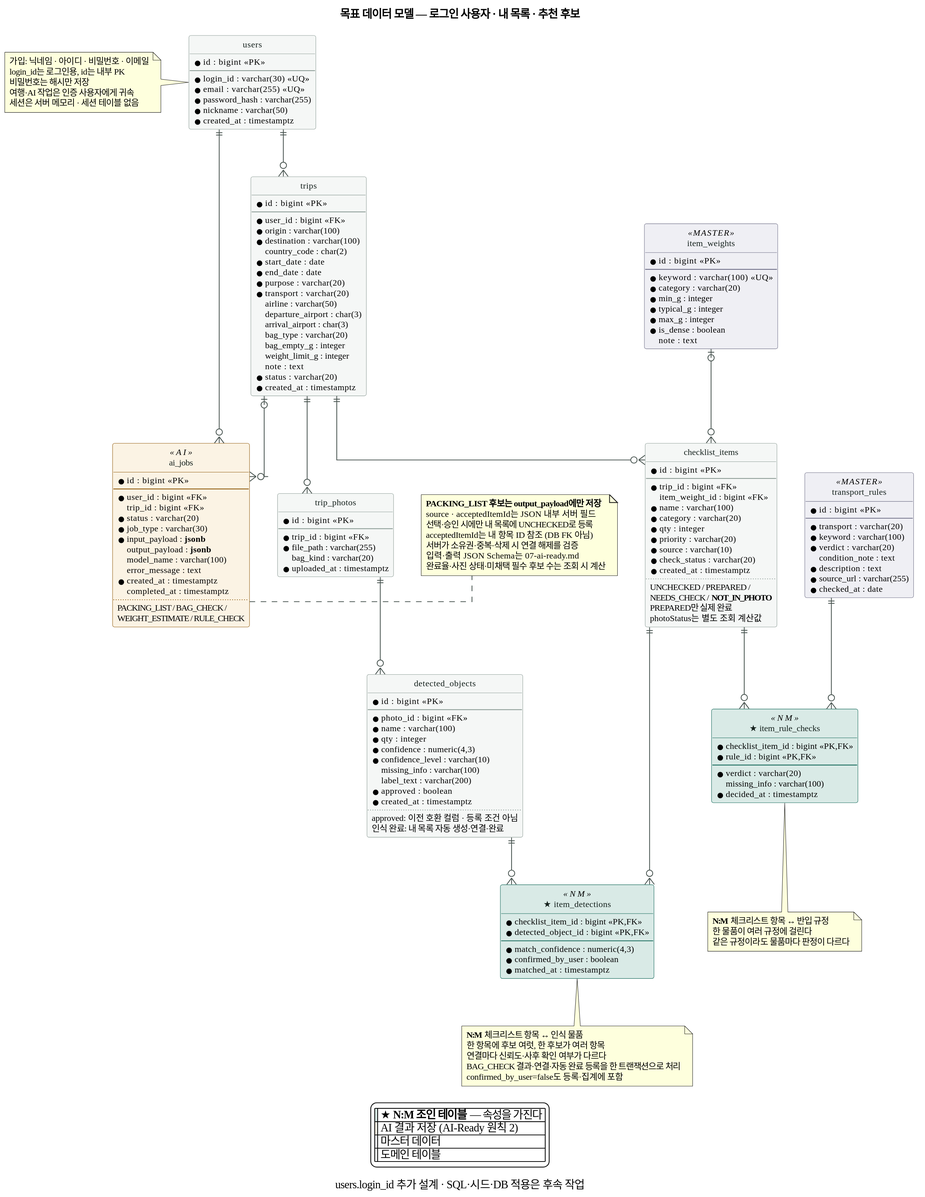
Above: docs/images/05-erd.svg in SangMyeong5426/skala-mini-ai-web-service (PlantUML), before the change.
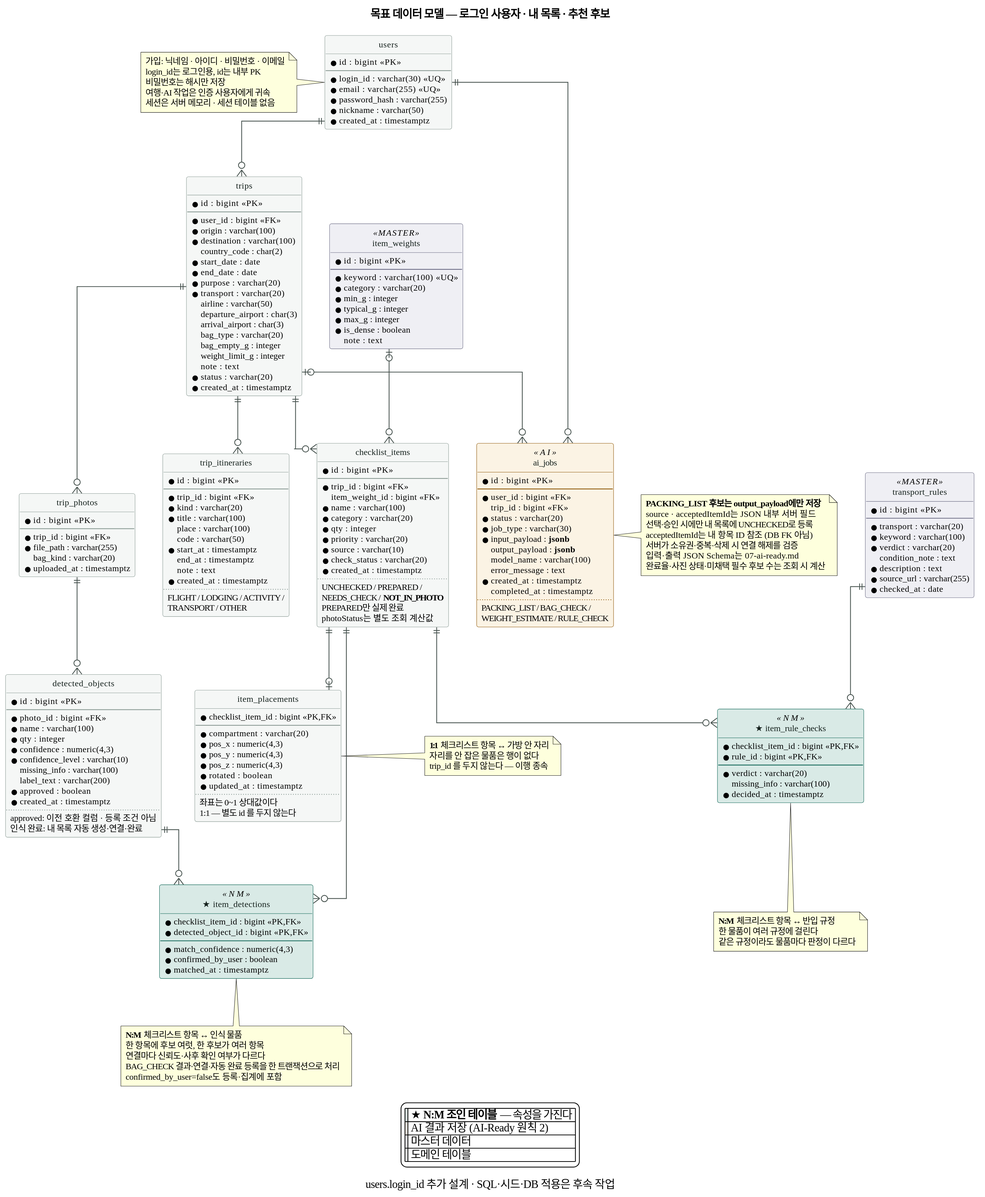
After the commit.

The edit, as a diff of the source:
```diff
@@ -80,6 +80,37 @@
   NEEDS_CHECK / **NOT_IN_PHOTO**
   PREPARED만 실제 완료
   photoStatus는 별도 조회 계산값
+}
+
+entity "trip_itineraries" as itin {
+  * id : bigint <<PK>>
+  --
+  * trip_id : bigint <<FK>>
+  * kind : varchar(20)
+  * title : varchar(100)
+  place : varchar(100)
+  code : varchar(50)
+  * start_at : timestamptz
+  end_at : timestamptz
+  note : text
+  * created_at : timestamptz
+  ..
+  FLIGHT / LODGING / ACTIVITY /
+  TRANSPORT / OTHER
+}
+
+entity "item_placements" as place {
+  * checklist_item_id : bigint <<PK,FK>>
+  --
+  * compartment : varchar(20)
+  * pos_x : numeric(4,3)
+  * pos_y : numeric(4,3)
+  * pos_z : numeric(4,3)
+  * rotated : boolean
+  * updated_at : timestamptz
+  ..
+  좌표는 0~1 상대값이다
+  1:1 — 별도 id 를 두지 않는다
 }
 
 entity "trip_photos" as photos {
@@ -172,14 +203,22 @@
 users    ||--o{ jobs
 trips    ||--o{ items
 trips    ||--o{ photos
+trips    ||--o{ itin
 trips    |o--o{ jobs
 photos   ||--o{ detected
 weights  |o--o{ items
+items    ||--o| place
 
 items    ||--o{ idt
 detected ||--o{ idt
 items    ||--o{ irc
 rules    ||--o{ irc
+
+note right of place
+  **1:1** 체크리스트 항목 ↔ 가방 안 자리
+  자리를 안 잡은 물품은 행이 없다
+  trip_id 를 두지 않는다 — 이행 종속
+end note
 
 note bottom of idt
   **N:M** 체크리스트 항목 ↔ 인식 물품
```
